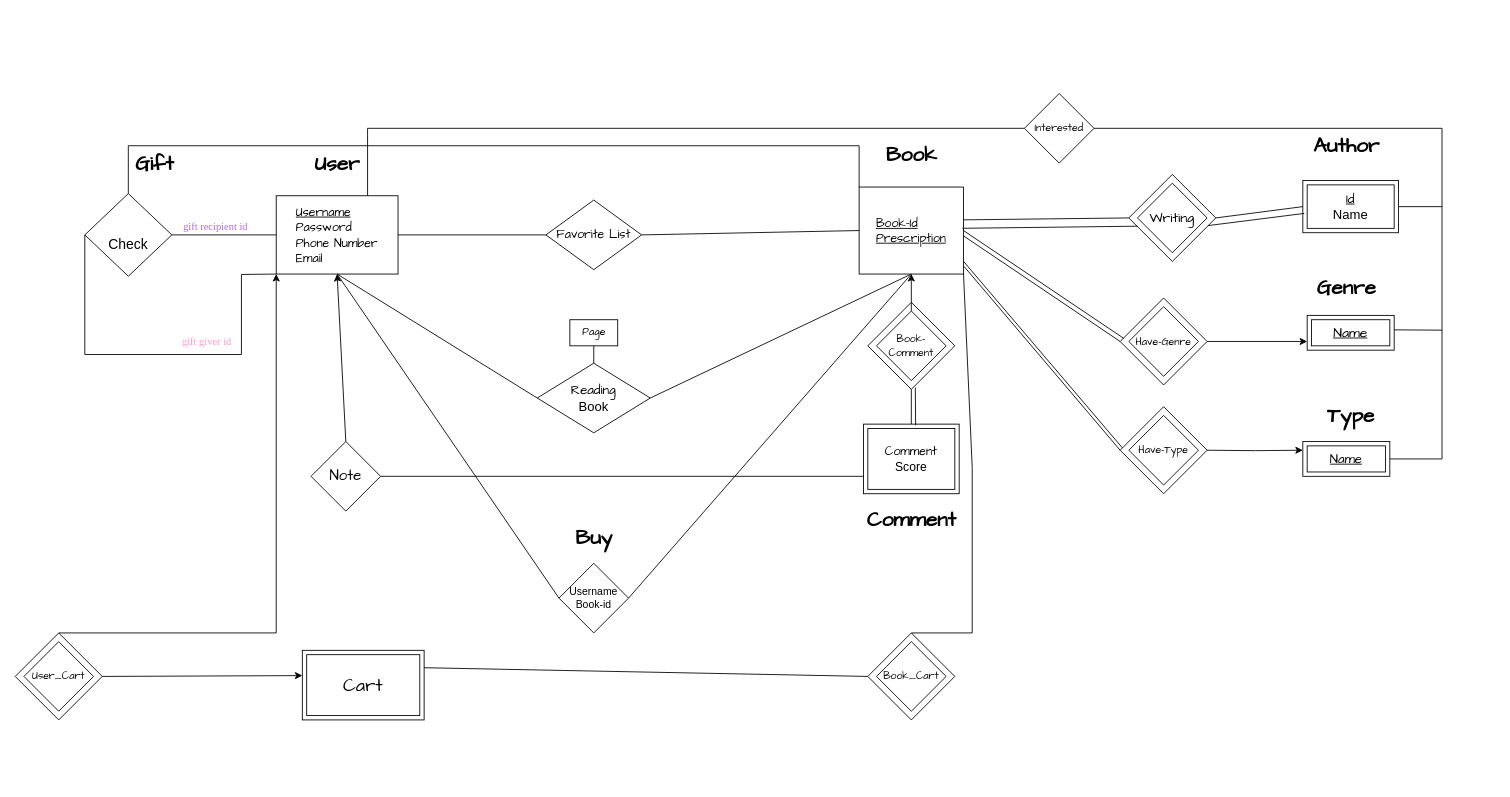
The draw.io diagram Untitled Diagram.drawio in fatemehprb/ER-Diagram, before the edit. Source tidied: cells renumbered, new cells numbered last; positions are measured from the earlier drawing's top-left corner, leaving out a move shared by most shapes. Both pictures are drawn from the tidied source at 87%, with x=0, y=0 at pixel (15, 93).
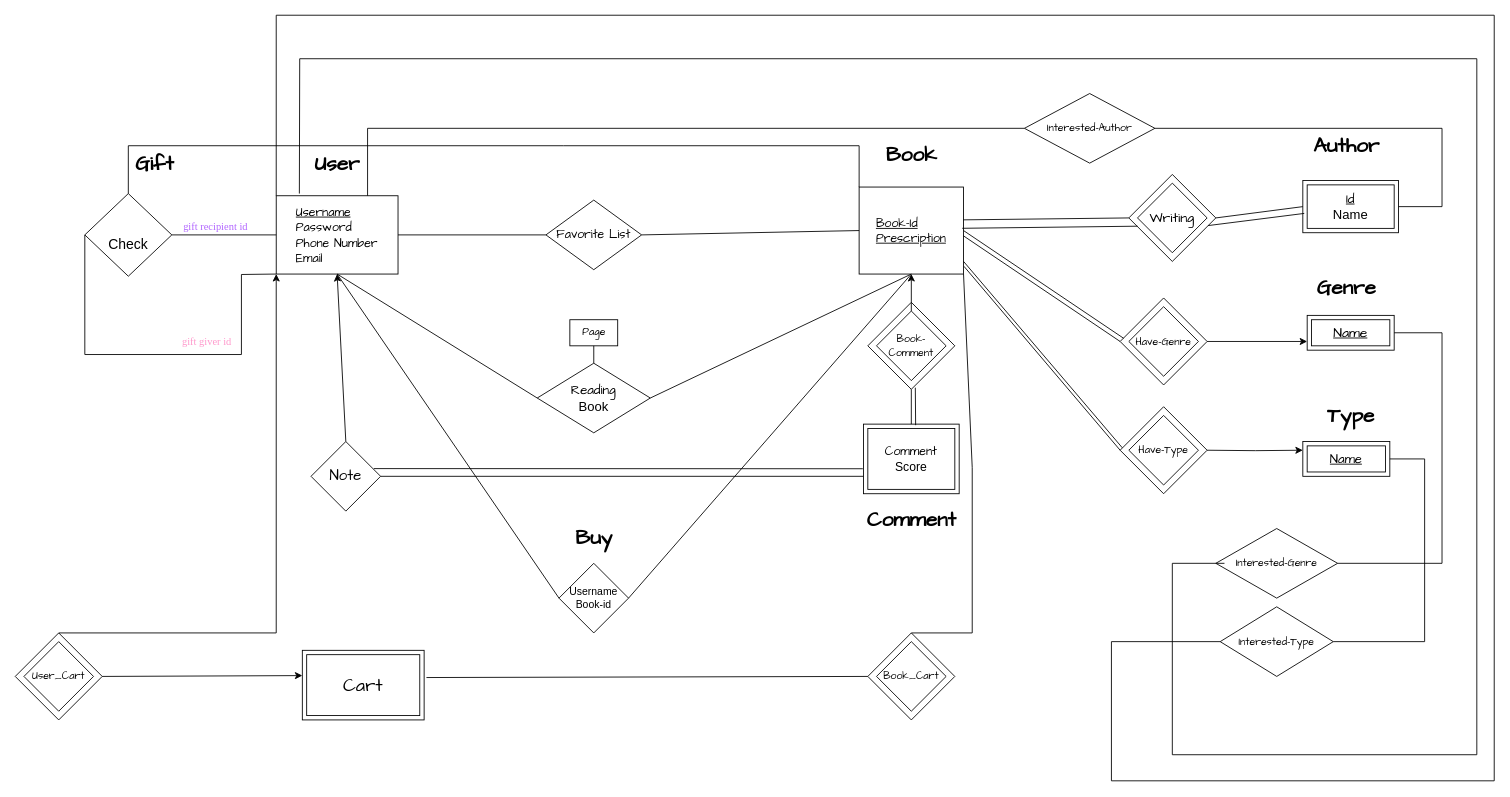
The same diagram, later.

Commit message:
Basic version of ER diagram was created

Unchanged cells that the change refers to:
```xml
<mxCell id="6" style="rhombus;whiteSpace=wrap;html=1;" parent="1" vertex="1">
  <mxGeometry x="980" y="620" width="100" height="100" as="geometry" />
</mxCell>
<mxCell id="10" value="&lt;div style=&quot;font-size: 14px;&quot; align=&quot;left&quot;&gt;&lt;font face=&quot;Comic Sans MS&quot;&gt;&lt;u&gt;Username&lt;/u&gt;&lt;/font&gt;&lt;/div&gt;&lt;div style=&quot;font-size: 14px;&quot; align=&quot;left&quot;&gt;&lt;font face=&quot;Comic Sans MS&quot;&gt;Password&lt;/font&gt;&lt;/div&gt;&lt;div style=&quot;font-size: 14px;&quot; align=&quot;left&quot;&gt;&lt;font face=&quot;Comic Sans MS&quot;&gt;Phone Number&lt;/font&gt;&lt;/div&gt;&lt;div style=&quot;font-size: 14px;&quot; align=&quot;left&quot;&gt;&lt;font face=&quot;Comic Sans MS&quot;&gt;Email&lt;br&gt;&lt;/font&gt;&lt;/div&gt;" style="rounded=0;whiteSpace=wrap;html=1;" parent="1" vertex="1">
  <mxGeometry x="300" y="117.5" width="140" height="90" as="geometry" />
</mxCell>
<mxCell id="19" value="&lt;div style=&quot;font-size: 14px;&quot;&gt;&lt;font style=&quot;font-size: 14px;&quot; face=&quot;Comic Sans MS&quot;&gt;Comment&lt;/font&gt;&lt;/div&gt;&lt;div style=&quot;font-size: 14px;&quot;&gt;&lt;font style=&quot;font-size: 14px;&quot; face=&quot;cnri7KbCF3ekAPo07FWo&quot;&gt;&lt;font style=&quot;font-size: 14px;&quot;&gt;Score&lt;/font&gt;&lt;/font&gt;&lt;font style=&quot;font-size: 14px;&quot; face=&quot;cnri7KbCF3ekAPo07FWo&quot;&gt;&lt;br&gt;&lt;/font&gt;&lt;/div&gt;" style="shape=ext;margin=3;double=1;whiteSpace=wrap;html=1;align=center;" parent="1" vertex="1">
  <mxGeometry x="975" y="380" width="110" height="80" as="geometry" />
</mxCell>
<mxCell id="25" value="&lt;font style=&quot;font-size: 17px;&quot; face=&quot;Comic Sans MS&quot;&gt;Note&lt;/font&gt;" style="rhombus;whiteSpace=wrap;html=1;" parent="1" vertex="1">
  <mxGeometry x="340" y="400" width="80" height="80" as="geometry" />
</mxCell>
<mxCell id="32" value="&lt;font style=&quot;font-size: 21px;&quot; face=&quot;Comic Sans MS&quot;&gt;Cart&lt;/font&gt;" style="shape=ext;margin=3;double=1;whiteSpace=wrap;html=1;align=center;" parent="1" vertex="1">
  <mxGeometry x="330" y="640" width="140" height="80" as="geometry" />
</mxCell>
<mxCell id="49" value="&lt;div style=&quot;font-size: 15px;&quot;&gt;&lt;font style=&quot;font-size: 15px;&quot; face=&quot;Comic Sans MS&quot;&gt;&lt;u&gt;Id&lt;/u&gt;&lt;/font&gt;&lt;/div&gt;&lt;div style=&quot;font-size: 15px;&quot;&gt;&lt;font style=&quot;font-size: 15px;&quot; face=&quot;vWf6hatJAO0ed1MXztRa&quot;&gt;&lt;font style=&quot;font-size: 15px;&quot;&gt;Name&lt;/font&gt;&lt;/font&gt;&lt;font style=&quot;font-size: 15px;&quot; face=&quot;vWf6hatJAO0ed1MXztRa&quot;&gt;&lt;br&gt;&lt;/font&gt;&lt;/div&gt;" style="shape=ext;margin=3;double=1;whiteSpace=wrap;html=1;align=center;" parent="1" vertex="1">
  <mxGeometry x="1480" y="100" width="110" height="60" as="geometry" />
</mxCell>
<mxCell id="55" value="&lt;div&gt;&lt;font style=&quot;font-size: 16px;&quot; face=&quot;Comic Sans MS&quot;&gt;&lt;u&gt;Name&lt;/u&gt;&lt;/font&gt;&lt;/div&gt;" style="shape=ext;margin=3;double=1;whiteSpace=wrap;html=1;align=center;" parent="1" vertex="1">
  <mxGeometry x="1485" y="255" width="100" height="40" as="geometry" />
</mxCell>
<mxCell id="60" value="&lt;font style=&quot;font-size: 15px;&quot; face=&quot;Comic Sans MS&quot;&gt;&lt;u&gt;Name&lt;/u&gt;&lt;/font&gt;" style="shape=ext;margin=3;double=1;whiteSpace=wrap;html=1;align=center;" parent="1" vertex="1">
  <mxGeometry x="1480" y="400" width="100" height="40" as="geometry" />
</mxCell>
```

What changed in the source:
```diff
@@
-    <mxCell id="37" style="endArrow=none;html=1;rounded=0;exitX=1;exitY=0.25;exitDx=0;exitDy=0;entryX=0;entryY=0.5;entryDx=0;entryDy=0;" parent="1" edge="1" source="32" target="6">
+    <mxCell id="37" style="endArrow=none;html=1;rounded=0;exitX=1.019;exitY=0.391;exitDx=0;exitDy=0;entryX=0;entryY=0.5;entryDx=0;entryDy=0;exitPerimeter=0;" parent="1" edge="1" source="32" target="6">
       <mxGeometry relative="1" as="geometry" />
     </mxCell>
@@
-    <mxCell id="66" style="endArrow=none;html=1;rounded=0;exitX=1;exitY=0.5;exitDx=0;exitDy=0;entryX=1;entryY=0.5;entryDx=0;entryDy=0;" parent="1" edge="1" source="60" target="69">
+    <mxCell id="66" style="endArrow=none;html=1;rounded=0;exitX=1;exitY=0.5;exitDx=0;exitDy=0;entryX=1;entryY=0.5;entryDx=0;entryDy=0;" parent="1" edge="1" source="49" target="69">
       <mxGeometry relative="1" as="geometry">
         <Array as="points">
-          <mxPoint x="1640" y="420" />
+          <mxPoint x="1640" y="130" />
           <mxPoint x="1640" y="40" />
         </Array>
       </mxGeometry>
     </mxCell>
-    <mxCell id="67" style="endArrow=none;html=1;rounded=0;exitX=0.999;exitY=0.416;exitDx=0;exitDy=0;exitPerimeter=0;" parent="1" edge="1" source="55">
-      <mxGeometry relative="1" as="geometry">
-        <mxPoint x="1640" y="272" as="targetPoint" />
-      </mxGeometry>
-    </mxCell>
-    <mxCell id="68" style="endArrow=none;html=1;rounded=0;exitX=1;exitY=0.5;exitDx=0;exitDy=0;" parent="1" edge="1" source="49">
-      <mxGeometry relative="1" as="geometry">
-        <mxPoint x="1640" y="130" as="targetPoint" />
-      </mxGeometry>
-    </mxCell>
-    <mxCell id="69" value="&lt;font face=&quot;Comic Sans MS&quot;&gt;Interested&lt;/font&gt;" style="rhombus;whiteSpace=wrap;html=1;" parent="1" vertex="1">
-      <mxGeometry x="1160" width="80" height="80" as="geometry" />
+    <mxCell id="69" value="&lt;font face=&quot;Comic Sans MS&quot;&gt;Interested-Author&lt;/font&gt;" style="rhombus;whiteSpace=wrap;html=1;" parent="1" vertex="1">
+      <mxGeometry x="1160" width="150" height="80" as="geometry" />
     </mxCell>
@@
+    <mxCell id="71" value="&lt;font face=&quot;Comic Sans MS&quot;&gt;Interested-Genre&lt;/font&gt;" style="rhombus;whiteSpace=wrap;html=1;" parent="1" vertex="1">
+      <mxGeometry x="1380" y="500" width="140" height="80" as="geometry" />
+    </mxCell>
+    <mxCell id="72" value="&lt;font face=&quot;Comic Sans MS&quot;&gt;Interested-Type&lt;/font&gt;" style="rhombus;whiteSpace=wrap;html=1;" parent="1" vertex="1">
+      <mxGeometry x="1385" y="590" width="130" height="80" as="geometry" />
+    </mxCell>
+    <mxCell id="73" style="endArrow=none;html=1;rounded=0;entryX=0.071;entryY=0.5;entryDx=0;entryDy=0;entryPerimeter=0;exitX=0.19;exitY=-0.028;exitDx=0;exitDy=0;exitPerimeter=0;" parent="1" edge="1" source="10" target="71">
+      <mxGeometry relative="1" as="geometry">
+        <Array as="points">
+          <mxPoint x="327" y="-40" />
+          <mxPoint x="1680" y="-40" />
+          <mxPoint x="1680" y="760" />
+          <mxPoint x="1330" y="760" />
+          <mxPoint x="1330" y="540" />
+        </Array>
+      </mxGeometry>
+    </mxCell>
+    <mxCell id="74" style="endArrow=none;html=1;rounded=0;entryX=1;entryY=0.5;entryDx=0;entryDy=0;exitX=1;exitY=0.5;exitDx=0;exitDy=0;" parent="1" edge="1" source="55" target="71">
+      <mxGeometry relative="1" as="geometry">
+        <Array as="points">
+          <mxPoint x="1640" y="275" />
+          <mxPoint x="1640" y="540" />
+        </Array>
+      </mxGeometry>
+    </mxCell>
+    <mxCell id="75" style="endArrow=none;html=1;rounded=0;exitX=0;exitY=0.5;exitDx=0;exitDy=0;entryX=0;entryY=0;entryDx=0;entryDy=0;" parent="1" edge="1" source="72" target="10">
+      <mxGeometry relative="1" as="geometry">
+        <Array as="points">
+          <mxPoint x="1260" y="630" />
+          <mxPoint x="1260" y="790" />
+          <mxPoint x="1700" y="790" />
+          <mxPoint x="1700" y="-90" />
+          <mxPoint x="300" y="-90" />
+        </Array>
+      </mxGeometry>
+    </mxCell>
+    <mxCell id="76" style="endArrow=none;html=1;rounded=0;entryX=1;entryY=0.5;entryDx=0;entryDy=0;exitX=1;exitY=0.5;exitDx=0;exitDy=0;" parent="1" edge="1" source="60" target="72">
+      <mxGeometry relative="1" as="geometry">
+        <Array as="points">
+          <mxPoint x="1620" y="420" />
+          <mxPoint x="1620" y="630" />
+        </Array>
+      </mxGeometry>
+    </mxCell>
+    <mxCell id="77" style="endArrow=none;html=1;rounded=0;exitX=0.902;exitY=0.389;exitDx=0;exitDy=0;exitPerimeter=0;entryX=-0.007;entryY=0.641;entryDx=0;entryDy=0;entryPerimeter=0;" parent="1" edge="1" source="25" target="19">
+      <mxGeometry relative="1" as="geometry" />
+    </mxCell>
```
